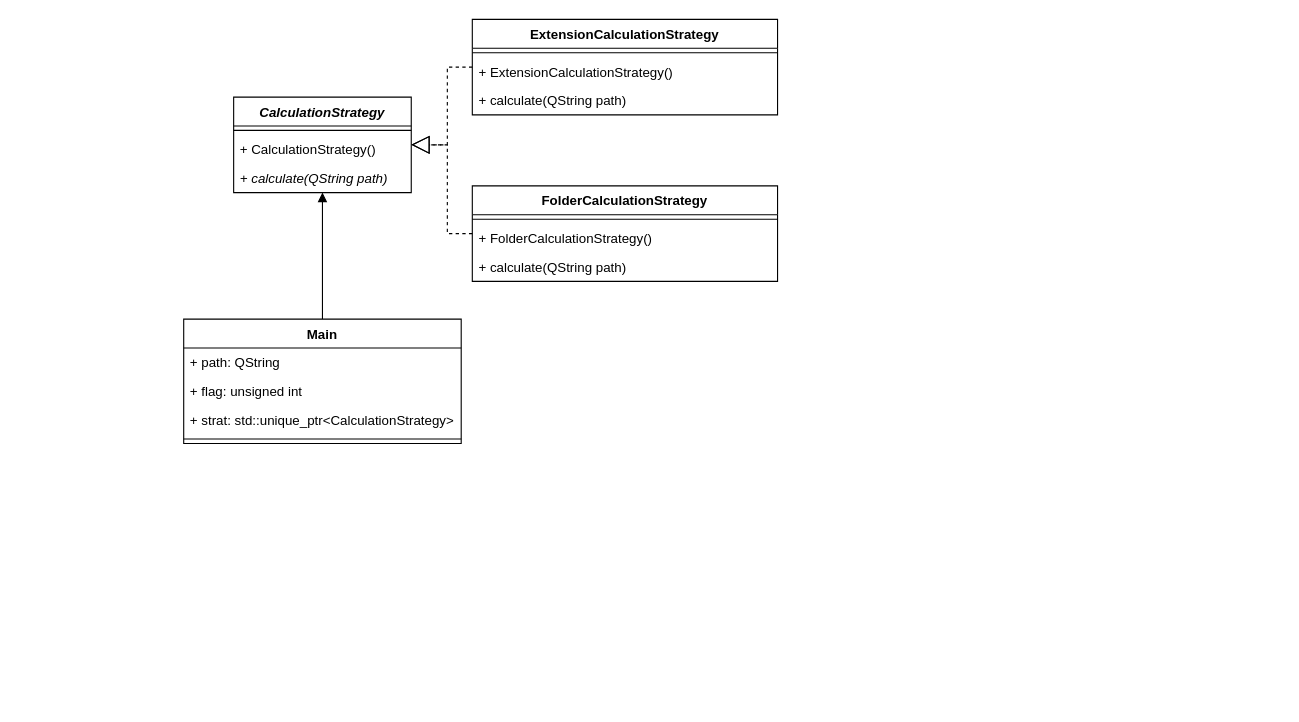
Above: UML.drawio in lekksha/FileObserver (draw.io), before the change. Source tidied: cells renumbered, new cells numbered last; positions are measured from the earlier drawing's top-left corner, leaving out a move shared by most shapes. Both pictures are drawn from the tidied source at 111%, with x=0, y=0 at pixel (183, 19).
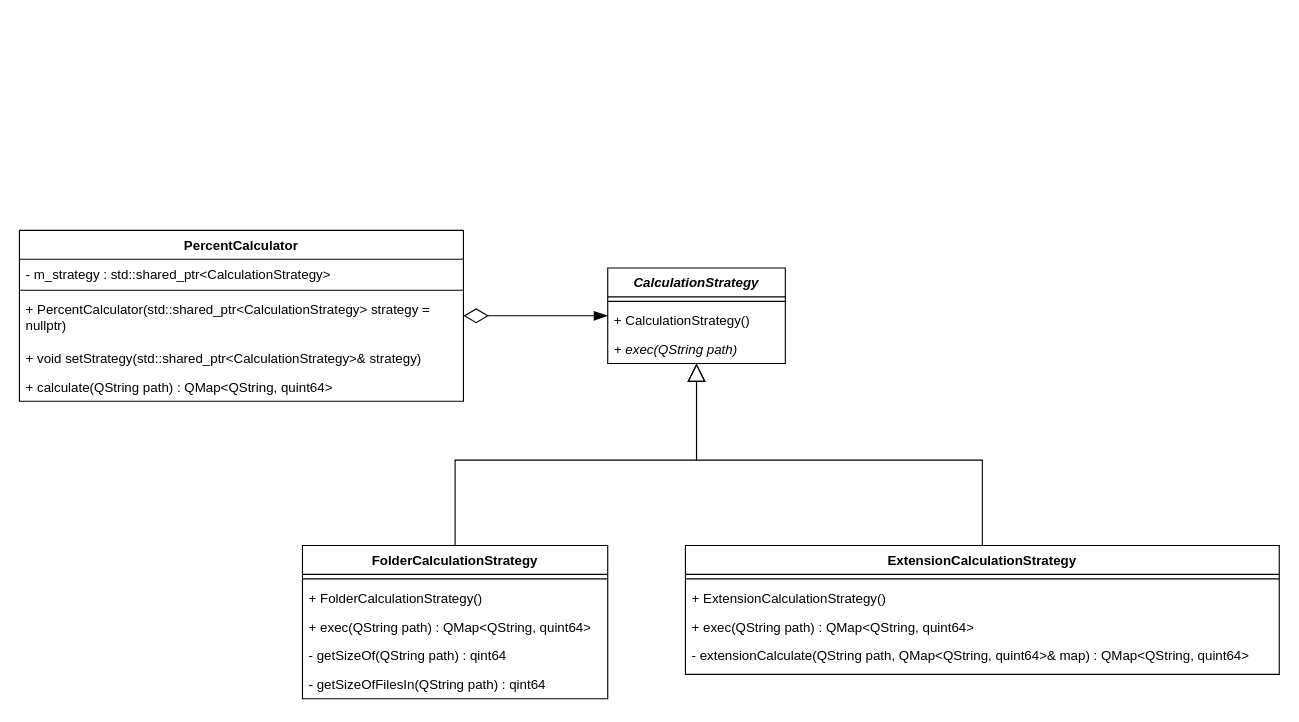
After the change.

Commit message (it also covers changes not shown here):
change UML to modern state of the program

Diff of the diagram source:
```diff
@@
     <mxCell id="2" value="&lt;i&gt;CalculationStrategy&lt;/i&gt;" style="swimlane;fontStyle=1;align=center;verticalAlign=top;horizontal=1;startSize=26;whiteSpace=wrap;html=1;" parent="1" vertex="1">
-      <mxGeometry x="45" y="70" width="160" height="86" as="geometry" />
+      <mxGeometry x="382" y="224" width="160" height="86" as="geometry" />
     </mxCell>
@@
-    <mxCell id="5" value="&lt;i&gt;+ calculate&lt;span style=&quot;text-align: center;&quot;&gt;(QString path)&lt;/span&gt;&lt;/i&gt;" style="text;strokeColor=none;fillColor=none;align=left;verticalAlign=top;spacingLeft=4;spacingRight=4;overflow=hidden;whiteSpace=wrap;html=1;" parent="2" vertex="1">
+    <mxCell id="5" value="&lt;i&gt;+ exec&lt;span style=&quot;text-align: center;&quot;&gt;(QString path)&lt;/span&gt;&lt;/i&gt;" style="text;strokeColor=none;fillColor=none;align=left;verticalAlign=top;spacingLeft=4;spacingRight=4;overflow=hidden;whiteSpace=wrap;html=1;" parent="2" vertex="1">
       <mxGeometry y="60" width="160" height="26" as="geometry" />
     </mxCell>
-    <mxCell id="6" style="edgeStyle=orthogonalEdgeStyle;rounded=0;jettySize=auto;html=1;endArrow=block;endFill=0;endSize=14;dashed=1;" parent="1" edge="1" source="7" target="2">
+    <mxCell id="6" style="edgeStyle=orthogonalEdgeStyle;rounded=0;jettySize=auto;html=1;endArrow=block;endFill=0;endSize=14;" parent="1" edge="1" source="7" target="2">
       <mxGeometry relative="1" as="geometry" />
     </mxCell>
     <mxCell id="7" value="ExtensionCalculationStrategy" style="swimlane;fontStyle=1;align=center;verticalAlign=top;horizontal=1;startSize=26;whiteSpace=wrap;html=1;" parent="1" vertex="1">
-      <mxGeometry x="260" width="275" height="86" as="geometry" />
+      <mxGeometry x="452" y="474" width="535" height="116" as="geometry" />
     </mxCell>
     <mxCell id="8" style="line;strokeWidth=1;fillColor=none;align=left;verticalAlign=middle;spacingTop=-1;spacingLeft=3;spacingRight=3;labelPosition=right;strokeColor=inherit;" parent="7" vertex="1">
-      <mxGeometry y="26" width="275" height="8" as="geometry" />
+      <mxGeometry y="26" width="535" height="8" as="geometry" />
     </mxCell>
+    <mxCell id="22" value="+&amp;nbsp;&lt;span style=&quot;text-align: center;&quot;&gt;ExtensionCalculationStrategy&lt;/span&gt;&lt;span style=&quot;text-align: center;&quot;&gt;()&lt;/span&gt;" style="text;strokeColor=none;fillColor=none;align=left;verticalAlign=top;spacingLeft=4;spacingRight=4;overflow=hidden;whiteSpace=wrap;html=1;" parent="7" vertex="1">
+      <mxGeometry y="34" width="535" height="26" as="geometry" />
+    </mxCell>
-    <mxCell id="9" value="+ Extension&lt;span style=&quot;text-align: center;&quot;&gt;CalculationStrategy()&lt;/span&gt;" style="text;strokeColor=none;fillColor=none;align=left;verticalAlign=top;spacingLeft=4;spacingRight=4;overflow=hidden;whiteSpace=wrap;html=1;" parent="7" vertex="1">
-      <mxGeometry y="34" width="275" height="26" as="geometry" />
+    <mxCell id="9" value="&lt;div style=&quot;&quot;&gt;&lt;span style=&quot;background-color: initial;&quot;&gt;+&amp;nbsp;&lt;/span&gt;&lt;span style=&quot;background-color: initial;&quot;&gt;exec(QString path) :&amp;nbsp;&lt;/span&gt;&lt;span style=&quot;background-color: initial;&quot;&gt;QMap&amp;lt;QString, quint64&amp;gt;&lt;/span&gt;&lt;/div&gt;" style="text;strokeColor=none;fillColor=none;align=left;verticalAlign=top;spacingLeft=4;spacingRight=4;overflow=hidden;whiteSpace=wrap;html=1;" parent="7" vertex="1">
+      <mxGeometry y="60" width="535" height="26" as="geometry" />
     </mxCell>
-    <mxCell id="10" value="+ calculate(QString path)" style="text;strokeColor=none;fillColor=none;align=left;verticalAlign=top;spacingLeft=4;spacingRight=4;overflow=hidden;whiteSpace=wrap;html=1;" parent="7" vertex="1">
-      <mxGeometry y="60" width="275" height="26" as="geometry" />
+    <mxCell id="10" value="- extensionCalculate(QString path, QMap&amp;lt;QString, quint64&amp;gt;&amp;amp; map) :&amp;nbsp;QMap&amp;lt;QString, quint64&amp;gt;" style="text;strokeColor=none;fillColor=none;align=left;verticalAlign=top;spacingLeft=4;spacingRight=4;overflow=hidden;whiteSpace=wrap;html=1;" parent="7" vertex="1">
+      <mxGeometry y="86" width="535" height="30" as="geometry" />
     </mxCell>
     <mxCell id="11" value="FolderCalculationStrategy" style="swimlane;fontStyle=1;align=center;verticalAlign=top;horizontal=1;startSize=26;whiteSpace=wrap;html=1;" parent="1" vertex="1">
-      <mxGeometry x="260" y="150" width="275" height="86" as="geometry" />
+      <mxGeometry x="107" y="474" width="275" height="138" as="geometry" />
     </mxCell>
@@
-    <mxCell id="14" value="+ calculate(QString path)" style="text;strokeColor=none;fillColor=none;align=left;verticalAlign=top;spacingLeft=4;spacingRight=4;overflow=hidden;whiteSpace=wrap;html=1;" parent="11" vertex="1">
+    <mxCell id="14" value="+ exec(QString path) : QMap&amp;lt;QString, quint64&amp;gt;" style="text;strokeColor=none;fillColor=none;align=left;verticalAlign=top;spacingLeft=4;spacingRight=4;overflow=hidden;whiteSpace=wrap;html=1;" parent="11" vertex="1">
       <mxGeometry y="60" width="275" height="26" as="geometry" />
     </mxCell>
+    <mxCell id="23" value="- getSizeOf(QString path) :&amp;nbsp;qint64" style="text;strokeColor=none;fillColor=none;align=left;verticalAlign=top;spacingLeft=4;spacingRight=4;overflow=hidden;whiteSpace=wrap;html=1;" parent="11" vertex="1">
+      <mxGeometry y="86" width="275" height="26" as="geometry" />
+    </mxCell>
+    <mxCell id="24" value="- getSizeOfFilesIn(QString path) : qint64" style="text;strokeColor=none;fillColor=none;align=left;verticalAlign=top;spacingLeft=4;spacingRight=4;overflow=hidden;whiteSpace=wrap;html=1;" parent="11" vertex="1">
+      <mxGeometry y="112" width="275" height="26" as="geometry" />
+    </mxCell>
-    <mxCell id="15" style="edgeStyle=orthogonalEdgeStyle;rounded=0;jettySize=auto;html=1;endArrow=block;endFill=0;endSize=14;dashed=1;" parent="1" edge="1" source="11" target="2">
+    <mxCell id="15" style="edgeStyle=orthogonalEdgeStyle;rounded=0;jettySize=auto;html=1;endArrow=block;endFill=0;endSize=14;" parent="1" edge="1" source="11" target="2">
       <mxGeometry relative="1" as="geometry" />
     </mxCell>
-    <mxCell id="16" style="edgeStyle=orthogonalEdgeStyle;rounded=0;jettySize=auto;html=1;endArrow=block;endFill=1;" parent="1" edge="1" source="17" target="2">
+    <mxCell id="16" style="edgeStyle=orthogonalEdgeStyle;rounded=0;jettySize=auto;html=1;endArrow=blockThin;endFill=1;startArrow=diamondThin;startFill=0;targetPerimeterSpacing=0;sourcePerimeterSpacing=0;startSize=20;endSize=10;" parent="1" edge="1" source="17" target="2">
       <mxGeometry relative="1" as="geometry" />
     </mxCell>
-    <mxCell id="17" value="Main" style="swimlane;fontStyle=1;align=center;verticalAlign=top;horizontal=1;startSize=26;whiteSpace=wrap;html=1;" parent="1" vertex="1">
-      <mxGeometry y="270" width="250" height="112" as="geometry" />
+    <mxCell id="17" value="PercentCalculator" style="swimlane;fontStyle=1;align=center;verticalAlign=top;horizontal=1;startSize=26;whiteSpace=wrap;html=1;" parent="1" vertex="1">
+      <mxGeometry x="-148" y="190" width="400" height="154" as="geometry" />
     </mxCell>
+    <mxCell id="25" value="-&amp;nbsp;m_strategy :&amp;nbsp;std::shared_ptr&amp;lt;CalculationStrategy&amp;gt;" style="text;strokeColor=none;fillColor=none;align=left;verticalAlign=top;spacingLeft=4;spacingRight=4;overflow=hidden;whiteSpace=wrap;html=1;" parent="17" vertex="1">
+      <mxGeometry y="26" width="400" height="24" as="geometry" />
+    </mxCell>
+    <mxCell id="21" style="line;strokeWidth=1;fillColor=none;align=left;verticalAlign=middle;spacingTop=-1;spacingLeft=3;spacingRight=3;labelPosition=right;strokeColor=inherit;" parent="17" vertex="1">
+      <mxGeometry y="50" width="400" height="8" as="geometry" />
+    </mxCell>
-    <mxCell id="18" value="+ path: QString" style="text;strokeColor=none;fillColor=none;align=left;verticalAlign=top;spacingLeft=4;spacingRight=4;overflow=hidden;whiteSpace=wrap;html=1;" parent="17" vertex="1">
-      <mxGeometry y="26" width="250" height="26" as="geometry" />
+    <mxCell id="18" value="+ PercentCalculator(std::shared_ptr&amp;lt;CalculationStrategy&amp;gt; strategy = nullptr)" style="text;strokeColor=none;fillColor=none;align=left;verticalAlign=top;spacingLeft=4;spacingRight=4;overflow=hidden;whiteSpace=wrap;html=1;" parent="17" vertex="1">
+      <mxGeometry y="58" width="400" height="44" as="geometry" />
     </mxCell>
-    <mxCell id="19" value="+ flag: unsigned int" style="text;strokeColor=none;fillColor=none;align=left;verticalAlign=top;spacingLeft=4;spacingRight=4;overflow=hidden;whiteSpace=wrap;html=1;" parent="17" vertex="1">
-      <mxGeometry y="52" width="250" height="26" as="geometry" />
-    </mxCell>
-    <mxCell id="20" value="+ strat:&amp;nbsp;std::unique_ptr&amp;lt;CalculationStrategy&amp;gt;" style="text;strokeColor=none;fillColor=none;align=left;verticalAlign=top;spacingLeft=4;spacingRight=4;overflow=hidden;whiteSpace=wrap;html=1;" parent="17" vertex="1">
-      <mxGeometry y="78" width="250" height="26" as="geometry" />
+    <mxCell id="20" value="+ void setStrategy(std::shared_ptr&amp;lt;CalculationStrategy&amp;gt;&amp;amp; strategy)" style="text;strokeColor=none;fillColor=none;align=left;verticalAlign=top;spacingLeft=4;spacingRight=4;overflow=hidden;whiteSpace=wrap;html=1;" parent="17" vertex="1">
+      <mxGeometry y="102" width="400" height="26" as="geometry" />
     </mxCell>
-    <mxCell id="21" style="line;strokeWidth=1;fillColor=none;align=left;verticalAlign=middle;spacingTop=-1;spacingLeft=3;spacingRight=3;labelPosition=right;strokeColor=inherit;" parent="17" vertex="1">
-      <mxGeometry y="104" width="250" height="8" as="geometry" />
-    </mxCell>
+    <mxCell id="26" value="+ calculate(QString path) : QMap&amp;lt;QString, quint64&amp;gt;" style="text;strokeColor=none;fillColor=none;align=left;verticalAlign=top;spacingLeft=4;spacingRight=4;overflow=hidden;whiteSpace=wrap;html=1;" parent="17" vertex="1">
+      <mxGeometry y="128" width="400" height="26" as="geometry" />
+    </mxCell>
```
